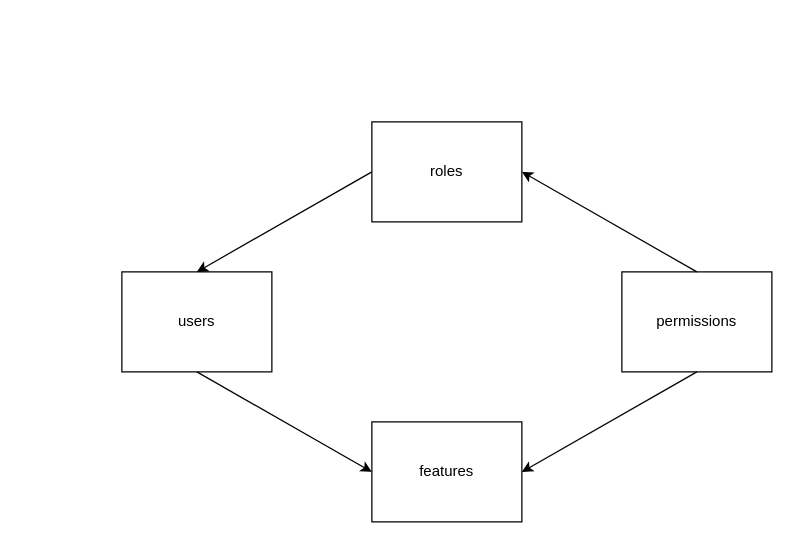
ricardoub/shipment-hd- keeps this draw.io diagram as docs/dfd.drawio. Above is the earlier version. Source tidied: cells renumbered, new cells numbered last; positions are measured from the earlier drawing's top-left corner, leaving out a move shared by most shapes. Both pictures are drawn from the tidied source at 125%, with x=0, y=0 at pixel (121, 121).
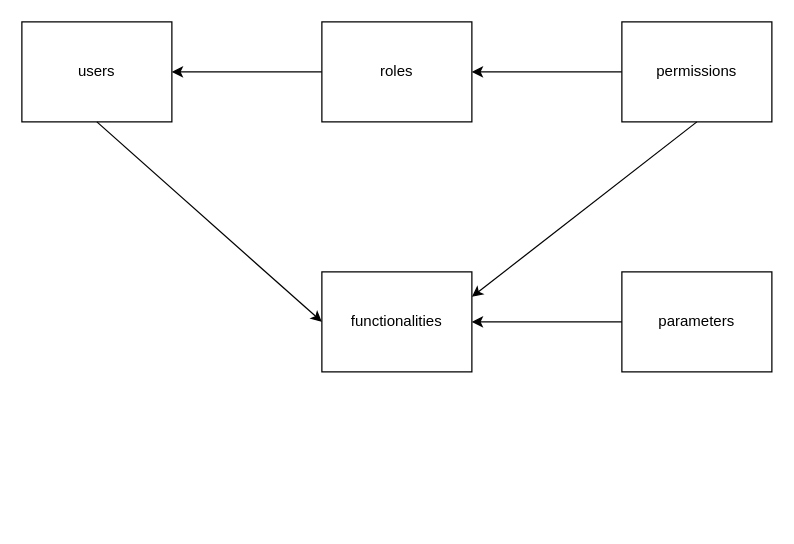
After the change.

Commit message:
project - dfd atualized

Diff of the diagram source:
```diff
@@
 <mxGraphModel>
   <root>
     <mxCell id="0" />
     <mxCell id="1" parent="0" />
     <mxCell id="2" value="users" style="rounded=0;whiteSpace=wrap;html=1;" parent="1" vertex="1">
-      <mxGeometry y="120" width="120" height="80" as="geometry" />
+      <mxGeometry x="-80" y="-80" width="120" height="80" as="geometry" />
     </mxCell>
     <mxCell id="3" value="roles" style="rounded=0;whiteSpace=wrap;html=1;" parent="1" vertex="1">
-      <mxGeometry x="200" width="120" height="80" as="geometry" />
+      <mxGeometry x="160" y="-80" width="120" height="80" as="geometry" />
     </mxCell>
     <mxCell id="4" value="permissions" style="rounded=0;whiteSpace=wrap;html=1;" parent="1" vertex="1">
-      <mxGeometry x="400" y="120" width="120" height="80" as="geometry" />
+      <mxGeometry x="400" y="-80" width="120" height="80" as="geometry" />
     </mxCell>
-    <mxCell id="5" style="endArrow=classic;html=1;entryX=1;entryY=0.5;entryDx=0;entryDy=0;exitX=0.5;exitY=0;exitDx=0;exitDy=0;" parent="1" edge="1" source="4" target="3">
+    <mxCell id="5" style="endArrow=classic;html=1;entryX=1;entryY=0.5;entryDx=0;entryDy=0;exitX=0;exitY=0.5;exitDx=0;exitDy=0;" parent="1" edge="1" source="4" target="3">
       <mxGeometry relative="1" as="geometry" />
     </mxCell>
-    <mxCell id="6" style="endArrow=classic;html=1;entryX=0.5;entryY=0;entryDx=0;entryDy=0;exitX=0;exitY=0.5;exitDx=0;exitDy=0;" parent="1" edge="1" source="3" target="2">
+    <mxCell id="6" style="endArrow=classic;html=1;entryX=1;entryY=0.5;entryDx=0;entryDy=0;exitX=0;exitY=0.5;exitDx=0;exitDy=0;" parent="1" edge="1" source="3" target="2">
       <mxGeometry relative="1" as="geometry" />
     </mxCell>
-    <mxCell id="7" value="features" style="rounded=0;whiteSpace=wrap;html=1;" parent="1" vertex="1">
-      <mxGeometry x="200" y="240" width="120" height="80" as="geometry" />
+    <mxCell id="7" value="functionalities" style="rounded=0;whiteSpace=wrap;html=1;" parent="1" vertex="1">
+      <mxGeometry x="160" y="120" width="120" height="80" as="geometry" />
     </mxCell>
-    <mxCell id="8" style="endArrow=classic;html=1;entryX=1;entryY=0.5;entryDx=0;entryDy=0;exitX=0.5;exitY=1;exitDx=0;exitDy=0;" parent="1" edge="1" source="4" target="7">
+    <mxCell id="8" style="endArrow=classic;html=1;entryX=1;entryY=0.25;entryDx=0;entryDy=0;exitX=0.5;exitY=1;exitDx=0;exitDy=0;" parent="1" edge="1" source="4" target="7">
       <mxGeometry relative="1" as="geometry" />
     </mxCell>
     <mxCell id="9" style="endArrow=classic;html=1;exitX=0.5;exitY=1;exitDx=0;exitDy=0;entryX=0;entryY=0.5;entryDx=0;entryDy=0;" parent="1" edge="1" source="2" target="7">
       <mxGeometry relative="1" as="geometry" />
     </mxCell>
+    <mxCell id="10" value="parameters" style="rounded=0;whiteSpace=wrap;html=1;" parent="1" vertex="1">
+      <mxGeometry x="400" y="120" width="120" height="80" as="geometry" />
+    </mxCell>
+    <mxCell id="11" style="endArrow=classic;html=1;exitX=0;exitY=0.5;exitDx=0;exitDy=0;entryX=1;entryY=0.5;entryDx=0;entryDy=0;" parent="1" edge="1" source="10" target="7">
+      <mxGeometry relative="1" as="geometry" />
+    </mxCell>
   </root>
 </mxGraphModel>
```
